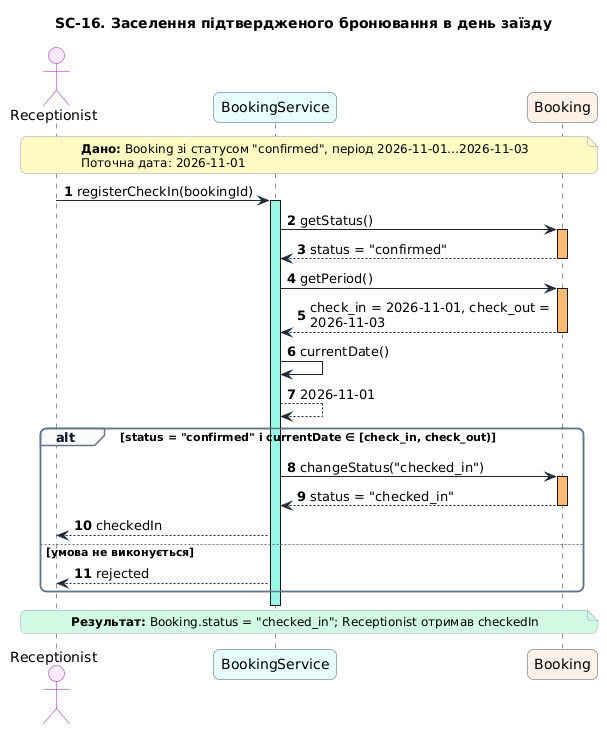
The PlantUML diagram Lab3/diagrams/sc-16.png in MrhyveR/Hotel-reservation-system, before a commit. Source of this version:
```plantuml
@startuml
title SC-16. Заселення підтвердженого бронювання в день заїзду
skinparam shadowing false
skinparam defaultFontName DejaVu Sans
skinparam roundCorner 12
skinparam maxMessageSize 260
skinparam ArrowColor #1F2937
skinparam SequenceLifeLineBorderColor #1F2937
skinparam SequenceGroupBorderColor #64748B
skinparam SequenceGroupBackgroundColor #F8FAFC
skinparam SequenceGroupHeaderFontColor #0F172A
skinparam NoteBorderColor #94A3B8
skinparam NoteFontSize 12
skinparam ParticipantBorderColor #475569
skinparam ActorBorderColor #A21CAF
autonumber "<b>0"

actor Receptionist #FAE8FF
participant BookingService #E6FFFA
participant Booking #FFF1E6

note over Receptionist, Booking #FEF9C3
  **Дано:** Booking зі статусом "confirmed", період 2026-11-01…2026-11-03
  Поточна дата: 2026-11-01
end note

Receptionist -> BookingService : registerCheckIn(bookingId)
activate BookingService #99F6E4
BookingService -> Booking : getStatus()
activate Booking #FDBA74
Booking --> BookingService : status = "confirmed"
deactivate Booking
BookingService -> Booking : getPeriod()
activate Booking #FDBA74
Booking --> BookingService : check_in = 2026-11-01, check_out = 2026-11-03
deactivate Booking
BookingService -> BookingService : currentDate()
BookingService --> BookingService : 2026-11-01
alt status = "confirmed" і currentDate ∈ [check_in, check_out)
  BookingService -> Booking : changeStatus("checked_in")
  activate Booking #FDBA74
  Booking --> BookingService : status = "checked_in"
  deactivate Booking
  BookingService --> Receptionist : checkedIn
else умова не виконується
  BookingService --> Receptionist : rejected
end
deactivate BookingService

note over Receptionist, Booking #D1FAE5
  **Результат:** Booking.status = "checked_in"; Receptionist отримав checkedIn
end note
@enduml
```
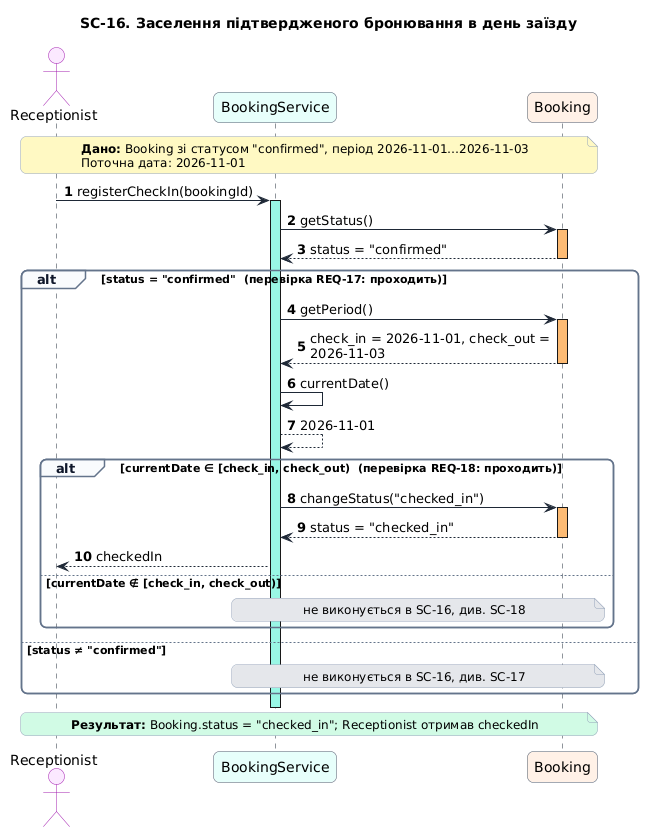
The same file after the commit.

Change to the diagram source:
```diff
@@ -30,20 +30,24 @@
 activate Booking #FDBA74
 Booking --> BookingService : status = "confirmed"
 deactivate Booking
-BookingService -> Booking : getPeriod()
-activate Booking #FDBA74
-Booking --> BookingService : check_in = 2026-11-01, check_out = 2026-11-03
-deactivate Booking
-BookingService -> BookingService : currentDate()
-BookingService --> BookingService : 2026-11-01
-alt status = "confirmed" і currentDate ∈ [check_in, check_out)
-  BookingService -> Booking : changeStatus("checked_in")
+alt status = "confirmed"  (перевірка REQ-17: проходить)
+  BookingService -> Booking : getPeriod()
   activate Booking #FDBA74
-  Booking --> BookingService : status = "checked_in"
+  Booking --> BookingService : check_in = 2026-11-01, check_out = 2026-11-03
   deactivate Booking
-  BookingService --> Receptionist : checkedIn
-else умова не виконується
-  BookingService --> Receptionist : rejected
+  BookingService -> BookingService : currentDate()
+  BookingService --> BookingService : 2026-11-01
+  alt currentDate ∈ [check_in, check_out)  (перевірка REQ-18: проходить)
+    BookingService -> Booking : changeStatus("checked_in")
+    activate Booking #FDBA74
+    Booking --> BookingService : status = "checked_in"
+    deactivate Booking
+    BookingService --> Receptionist : checkedIn
+  else currentDate ∉ [check_in, check_out)
+    note over BookingService, Booking #E5E7EB : не виконується в SC-16, див. SC-18
+  end
+else status ≠ "confirmed"
+  note over BookingService, Booking #E5E7EB : не виконується в SC-16, див. SC-17
 end
 deactivate BookingService
 
```
